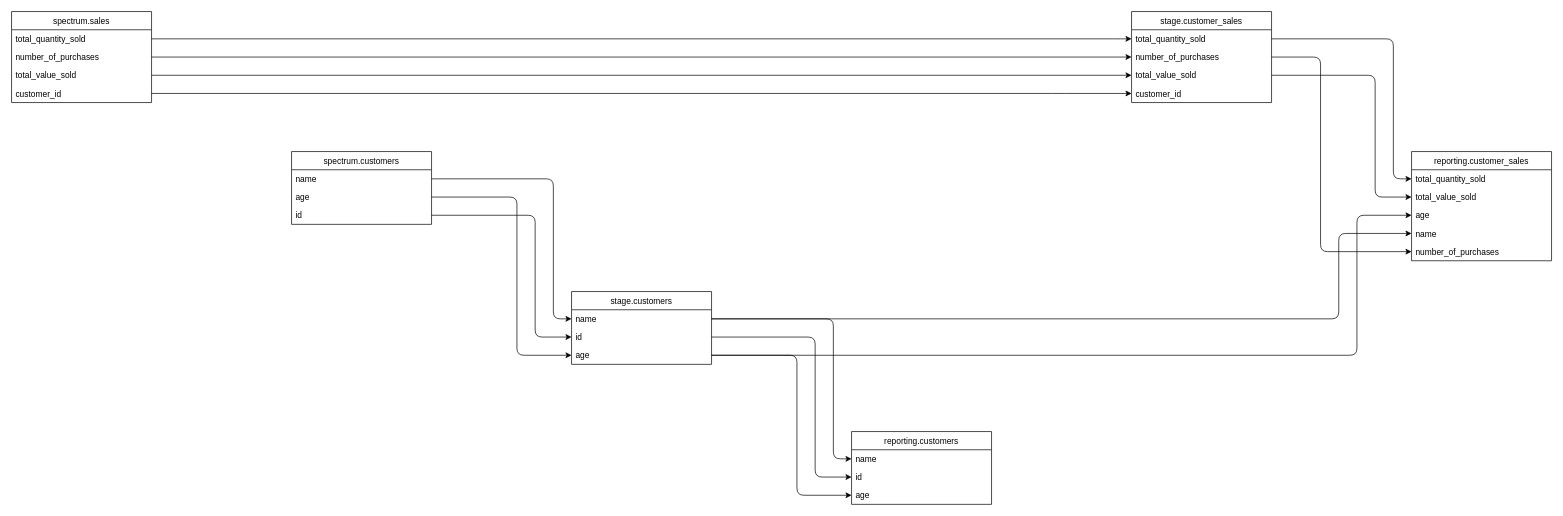
This is outputs/output.drawio from domherriott/sqlinks, a draw.io file, before an edit. Source tidied: cells renumbered, new cells numbered last; positions are measured from the earlier drawing's top-left corner, leaving out a move shared by most shapes. Both pictures are drawn from the tidied source at 70%, with x=0, y=0 at pixel (11, 11).
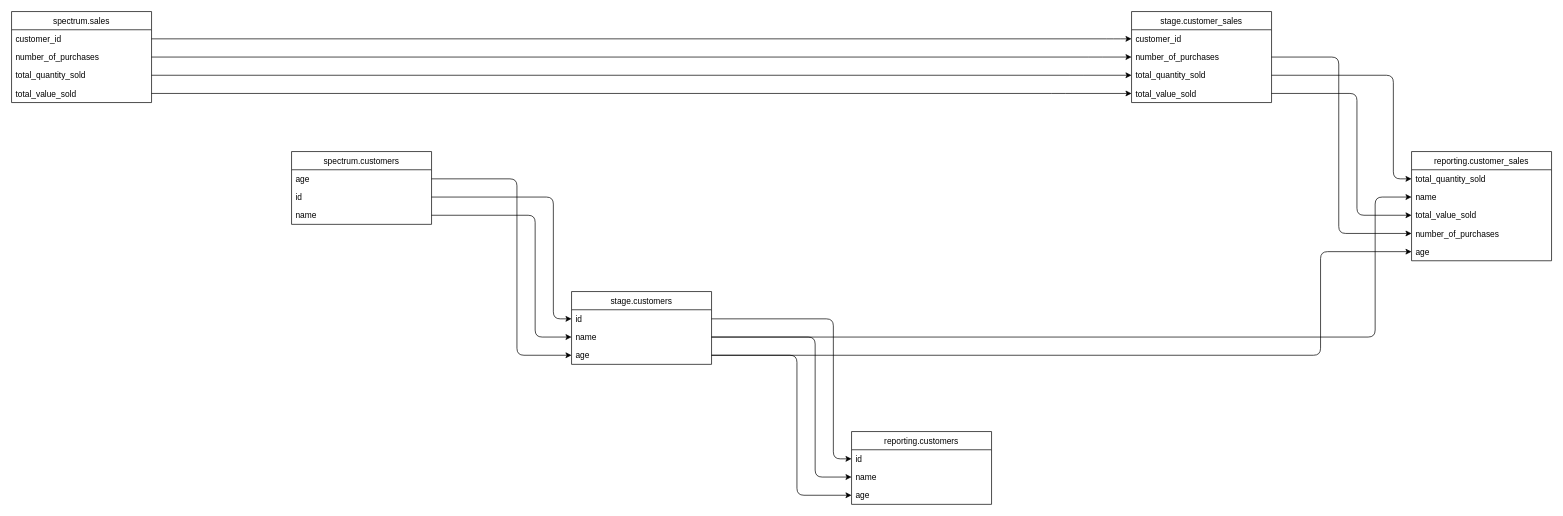
After the change.

Unchanged cells that the change refers to:
```xml
<mxCell id="2" value="reporting.customers" style="swimlane;fontStyle=0;horizontal=1;startSize=26;fillColor=none;" parent="1" vertex="1">
  <mxGeometry x="1200" y="600" width="200" height="104" as="geometry" />
</mxCell>
<mxCell id="9" value="stage.customers" style="swimlane;fontStyle=0;horizontal=1;startSize=26;fillColor=none;" parent="1" vertex="1">
  <mxGeometry x="800" y="400" width="200" height="104" as="geometry" />
</mxCell>
<mxCell id="14" value="age" style="text;strokeColor=none;fillColor=none;align=left;verticalAlign=top;spacingLeft=4;spacingRight=4;overflow=hidden;points=[[0,0.5],[1,0.5]];portConstraint=eastwest;" parent="9" vertex="1">
  <mxGeometry y="78" width="200" height="26" as="geometry" />
</mxCell>
<mxCell id="16" value="stage.customer_sales" style="swimlane;fontStyle=0;horizontal=1;startSize=26;fillColor=none;" parent="1" vertex="1">
  <mxGeometry x="1600" width="200" height="130" as="geometry" />
</mxCell>
<mxCell id="19" value="number_of_purchases" style="text;strokeColor=none;fillColor=none;align=left;verticalAlign=top;spacingLeft=4;spacingRight=4;overflow=hidden;points=[[0,0.5],[1,0.5]];portConstraint=eastwest;" parent="16" vertex="1">
  <mxGeometry y="52" width="200" height="26" as="geometry" />
</mxCell>
<mxCell id="25" value="spectrum.sales" style="swimlane;fontStyle=0;horizontal=1;startSize=26;fillColor=none;" parent="1" vertex="1">
  <mxGeometry width="200" height="130" as="geometry" />
</mxCell>
<mxCell id="30" value="spectrum.customers" style="swimlane;fontStyle=0;horizontal=1;startSize=26;fillColor=none;" parent="1" vertex="1">
  <mxGeometry x="400" y="200" width="200" height="104" as="geometry" />
</mxCell>
<mxCell id="34" value="reporting.customer_sales" style="swimlane;fontStyle=0;horizontal=1;startSize=26;fillColor=none;" parent="1" vertex="1">
  <mxGeometry x="2000" y="200" width="200" height="156" as="geometry" />
</mxCell>
<mxCell id="35" value="total_quantity_sold" style="text;strokeColor=none;fillColor=none;align=left;verticalAlign=top;spacingLeft=4;spacingRight=4;overflow=hidden;points=[[0,0.5],[1,0.5]];portConstraint=eastwest;" parent="34" vertex="1">
  <mxGeometry y="26" width="200" height="26" as="geometry" />
</mxCell>
```

The edit, as a diff of the source:
```diff
@@
-    <mxCell id="3" value="name" style="text;strokeColor=none;fillColor=none;align=left;verticalAlign=top;spacingLeft=4;spacingRight=4;overflow=hidden;points=[[0,0.5],[1,0.5]];portConstraint=eastwest;" parent="2" vertex="1">
+    <mxCell id="3" value="id" style="text;strokeColor=none;fillColor=none;align=left;verticalAlign=top;spacingLeft=4;spacingRight=4;overflow=hidden;points=[[0,0.5],[1,0.5]];portConstraint=eastwest;" parent="2" vertex="1">
       <mxGeometry y="26" width="200" height="26" as="geometry" />
     </mxCell>
@@
-    <mxCell id="5" value="id" style="text;strokeColor=none;fillColor=none;align=left;verticalAlign=top;spacingLeft=4;spacingRight=4;overflow=hidden;points=[[0,0.5],[1,0.5]];portConstraint=eastwest;" parent="2" vertex="1">
+    <mxCell id="5" value="name" style="text;strokeColor=none;fillColor=none;align=left;verticalAlign=top;spacingLeft=4;spacingRight=4;overflow=hidden;points=[[0,0.5],[1,0.5]];portConstraint=eastwest;" parent="2" vertex="1">
       <mxGeometry y="52" width="200" height="26" as="geometry" />
     </mxCell>
@@
-    <mxCell id="10" value="name" style="text;strokeColor=none;fillColor=none;align=left;verticalAlign=top;spacingLeft=4;spacingRight=4;overflow=hidden;points=[[0,0.5],[1,0.5]];portConstraint=eastwest;" parent="9" vertex="1">
+    <mxCell id="10" value="id" style="text;strokeColor=none;fillColor=none;align=left;verticalAlign=top;spacingLeft=4;spacingRight=4;overflow=hidden;points=[[0,0.5],[1,0.5]];portConstraint=eastwest;" parent="9" vertex="1">
       <mxGeometry y="26" width="200" height="26" as="geometry" />
     </mxCell>
-    <mxCell id="11" style="edgeStyle=elbowEdgeStyle;elbow=horizontal;endArrow=classic;html=1;exitX=1;exitY=0.5;exitDx=0;exitDy=0;entryX=0;entryY=0.5;entryDx=0;entryDy=0;" parent="1" edge="1" source="31" target="10">
+    <mxCell id="11" style="edgeStyle=elbowEdgeStyle;elbow=horizontal;endArrow=classic;html=1;exitX=1;exitY=0.5;exitDx=0;exitDy=0;entryX=0;entryY=0.5;entryDx=0;entryDy=0;" parent="1" edge="1" source="32" target="10">
       <mxGeometry relative="1" as="geometry">
         <Array as="points">
           <mxPoint x="774" y="426" />
         </Array>
       </mxGeometry>
     </mxCell>
-    <mxCell id="12" value="id" style="text;strokeColor=none;fillColor=none;align=left;verticalAlign=top;spacingLeft=4;spacingRight=4;overflow=hidden;points=[[0,0.5],[1,0.5]];portConstraint=eastwest;" parent="9" vertex="1">
+    <mxCell id="12" value="name" style="text;strokeColor=none;fillColor=none;align=left;verticalAlign=top;spacingLeft=4;spacingRight=4;overflow=hidden;points=[[0,0.5],[1,0.5]];portConstraint=eastwest;" parent="9" vertex="1">
       <mxGeometry y="52" width="200" height="26" as="geometry" />
     </mxCell>
@@
-    <mxCell id="15" style="edgeStyle=elbowEdgeStyle;elbow=horizontal;endArrow=classic;html=1;exitX=1;exitY=0.5;exitDx=0;exitDy=0;entryX=0;entryY=0.5;entryDx=0;entryDy=0;" parent="1" edge="1" source="32" target="14">
+    <mxCell id="15" style="edgeStyle=elbowEdgeStyle;elbow=horizontal;endArrow=classic;html=1;exitX=1;exitY=0.5;exitDx=0;exitDy=0;entryX=0;entryY=0.5;entryDx=0;entryDy=0;" parent="1" edge="1" source="31" target="14">
       <mxGeometry relative="1" as="geometry">
         <Array as="points">
           <mxPoint x="722" y="478" />
         </Array>
       </mxGeometry>
     </mxCell>
@@
-    <mxCell id="17" value="total_quantity_sold" style="text;strokeColor=none;fillColor=none;align=left;verticalAlign=top;spacingLeft=4;spacingRight=4;overflow=hidden;points=[[0,0.5],[1,0.5]];portConstraint=eastwest;" parent="16" vertex="1">
+    <mxCell id="17" value="customer_id" style="text;strokeColor=none;fillColor=none;align=left;verticalAlign=top;spacingLeft=4;spacingRight=4;overflow=hidden;points=[[0,0.5],[1,0.5]];portConstraint=eastwest;" parent="16" vertex="1">
       <mxGeometry y="26" width="200" height="26" as="geometry" />
     </mxCell>
@@
-    <mxCell id="21" value="total_value_sold" style="text;strokeColor=none;fillColor=none;align=left;verticalAlign=top;spacingLeft=4;spacingRight=4;overflow=hidden;points=[[0,0.5],[1,0.5]];portConstraint=eastwest;" parent="16" vertex="1">
+    <mxCell id="21" value="total_quantity_sold" style="text;strokeColor=none;fillColor=none;align=left;verticalAlign=top;spacingLeft=4;spacingRight=4;overflow=hidden;points=[[0,0.5],[1,0.5]];portConstraint=eastwest;" parent="16" vertex="1">
       <mxGeometry y="78" width="200" height="26" as="geometry" />
     </mxCell>
@@
-    <mxCell id="23" value="customer_id" style="text;strokeColor=none;fillColor=none;align=left;verticalAlign=top;spacingLeft=4;spacingRight=4;overflow=hidden;points=[[0,0.5],[1,0.5]];portConstraint=eastwest;" parent="16" vertex="1">
+    <mxCell id="23" value="total_value_sold" style="text;strokeColor=none;fillColor=none;align=left;verticalAlign=top;spacingLeft=4;spacingRight=4;overflow=hidden;points=[[0,0.5],[1,0.5]];portConstraint=eastwest;" parent="16" vertex="1">
       <mxGeometry y="104" width="200" height="26" as="geometry" />
     </mxCell>
@@
-    <mxCell id="26" value="total_quantity_sold" style="text;strokeColor=none;fillColor=none;align=left;verticalAlign=top;spacingLeft=4;spacingRight=4;overflow=hidden;points=[[0,0.5],[1,0.5]];portConstraint=eastwest;" parent="25" vertex="1">
+    <mxCell id="26" value="customer_id" style="text;strokeColor=none;fillColor=none;align=left;verticalAlign=top;spacingLeft=4;spacingRight=4;overflow=hidden;points=[[0,0.5],[1,0.5]];portConstraint=eastwest;" parent="25" vertex="1">
       <mxGeometry y="26" width="200" height="26" as="geometry" />
     </mxCell>
@@
-    <mxCell id="28" value="total_value_sold" style="text;strokeColor=none;fillColor=none;align=left;verticalAlign=top;spacingLeft=4;spacingRight=4;overflow=hidden;points=[[0,0.5],[1,0.5]];portConstraint=eastwest;" parent="25" vertex="1">
+    <mxCell id="28" value="total_quantity_sold" style="text;strokeColor=none;fillColor=none;align=left;verticalAlign=top;spacingLeft=4;spacingRight=4;overflow=hidden;points=[[0,0.5],[1,0.5]];portConstraint=eastwest;" parent="25" vertex="1">
       <mxGeometry y="78" width="200" height="26" as="geometry" />
     </mxCell>
-    <mxCell id="29" value="customer_id" style="text;strokeColor=none;fillColor=none;align=left;verticalAlign=top;spacingLeft=4;spacingRight=4;overflow=hidden;points=[[0,0.5],[1,0.5]];portConstraint=eastwest;" parent="25" vertex="1">
+    <mxCell id="29" value="total_value_sold" style="text;strokeColor=none;fillColor=none;align=left;verticalAlign=top;spacingLeft=4;spacingRight=4;overflow=hidden;points=[[0,0.5],[1,0.5]];portConstraint=eastwest;" parent="25" vertex="1">
       <mxGeometry y="104" width="200" height="26" as="geometry" />
     </mxCell>
@@
-    <mxCell id="31" value="name" style="text;strokeColor=none;fillColor=none;align=left;verticalAlign=top;spacingLeft=4;spacingRight=4;overflow=hidden;points=[[0,0.5],[1,0.5]];portConstraint=eastwest;" parent="30" vertex="1">
+    <mxCell id="31" value="age" style="text;strokeColor=none;fillColor=none;align=left;verticalAlign=top;spacingLeft=4;spacingRight=4;overflow=hidden;points=[[0,0.5],[1,0.5]];portConstraint=eastwest;" parent="30" vertex="1">
       <mxGeometry y="26" width="200" height="26" as="geometry" />
     </mxCell>
-    <mxCell id="32" value="age" style="text;strokeColor=none;fillColor=none;align=left;verticalAlign=top;spacingLeft=4;spacingRight=4;overflow=hidden;points=[[0,0.5],[1,0.5]];portConstraint=eastwest;" parent="30" vertex="1">
+    <mxCell id="32" value="id" style="text;strokeColor=none;fillColor=none;align=left;verticalAlign=top;spacingLeft=4;spacingRight=4;overflow=hidden;points=[[0,0.5],[1,0.5]];portConstraint=eastwest;" parent="30" vertex="1">
       <mxGeometry y="52" width="200" height="26" as="geometry" />
     </mxCell>
-    <mxCell id="33" value="id" style="text;strokeColor=none;fillColor=none;align=left;verticalAlign=top;spacingLeft=4;spacingRight=4;overflow=hidden;points=[[0,0.5],[1,0.5]];portConstraint=eastwest;" parent="30" vertex="1">
+    <mxCell id="33" value="name" style="text;strokeColor=none;fillColor=none;align=left;verticalAlign=top;spacingLeft=4;spacingRight=4;overflow=hidden;points=[[0,0.5],[1,0.5]];portConstraint=eastwest;" parent="30" vertex="1">
       <mxGeometry y="78" width="200" height="26" as="geometry" />
     </mxCell>
@@
-    <mxCell id="36" style="edgeStyle=elbowEdgeStyle;elbow=horizontal;endArrow=classic;html=1;exitX=1;exitY=0.5;exitDx=0;exitDy=0;entryX=0;entryY=0.5;entryDx=0;entryDy=0;" parent="1" edge="1" source="17" target="35">
+    <mxCell id="36" style="edgeStyle=elbowEdgeStyle;elbow=horizontal;endArrow=classic;html=1;exitX=1;exitY=0.5;exitDx=0;exitDy=0;entryX=0;entryY=0.5;entryDx=0;entryDy=0;" parent="1" edge="1" source="21" target="35">
       <mxGeometry relative="1" as="geometry">
         <Array as="points">
           <mxPoint x="1974" y="226" />
         </Array>
       </mxGeometry>
     </mxCell>
-    <mxCell id="37" value="total_value_sold" style="text;strokeColor=none;fillColor=none;align=left;verticalAlign=top;spacingLeft=4;spacingRight=4;overflow=hidden;points=[[0,0.5],[1,0.5]];portConstraint=eastwest;" parent="34" vertex="1">
+    <mxCell id="37" value="name" style="text;strokeColor=none;fillColor=none;align=left;verticalAlign=top;spacingLeft=4;spacingRight=4;overflow=hidden;points=[[0,0.5],[1,0.5]];portConstraint=eastwest;" parent="34" vertex="1">
       <mxGeometry y="52" width="200" height="26" as="geometry" />
     </mxCell>
-    <mxCell id="38" style="edgeStyle=elbowEdgeStyle;elbow=horizontal;endArrow=classic;html=1;exitX=1;exitY=0.5;exitDx=0;exitDy=0;entryX=0;entryY=0.5;entryDx=0;entryDy=0;" parent="1" edge="1" source="21" target="37">
+    <mxCell id="38" style="edgeStyle=elbowEdgeStyle;elbow=horizontal;endArrow=classic;html=1;exitX=1;exitY=0.5;exitDx=0;exitDy=0;entryX=0;entryY=0.5;entryDx=0;entryDy=0;" parent="1" edge="1" source="12" target="37">
       <mxGeometry relative="1" as="geometry">
         <Array as="points">
           <mxPoint x="1948" y="252" />
         </Array>
       </mxGeometry>
     </mxCell>
-    <mxCell id="39" value="age" style="text;strokeColor=none;fillColor=none;align=left;verticalAlign=top;spacingLeft=4;spacingRight=4;overflow=hidden;points=[[0,0.5],[1,0.5]];portConstraint=eastwest;" parent="34" vertex="1">
+    <mxCell id="39" value="total_value_sold" style="text;strokeColor=none;fillColor=none;align=left;verticalAlign=top;spacingLeft=4;spacingRight=4;overflow=hidden;points=[[0,0.5],[1,0.5]];portConstraint=eastwest;" parent="34" vertex="1">
       <mxGeometry y="78" width="200" height="26" as="geometry" />
     </mxCell>
-    <mxCell id="40" style="edgeStyle=elbowEdgeStyle;elbow=horizontal;endArrow=classic;html=1;exitX=1;exitY=0.5;exitDx=0;exitDy=0;entryX=0;entryY=0.5;entryDx=0;entryDy=0;" parent="1" edge="1" source="14" target="39">
+    <mxCell id="40" style="edgeStyle=elbowEdgeStyle;elbow=horizontal;endArrow=classic;html=1;exitX=1;exitY=0.5;exitDx=0;exitDy=0;entryX=0;entryY=0.5;entryDx=0;entryDy=0;" parent="1" edge="1" source="23" target="39">
       <mxGeometry relative="1" as="geometry">
         <Array as="points">
           <mxPoint x="1922" y="278" />
         </Array>
       </mxGeometry>
     </mxCell>
-    <mxCell id="41" value="name" style="text;strokeColor=none;fillColor=none;align=left;verticalAlign=top;spacingLeft=4;spacingRight=4;overflow=hidden;points=[[0,0.5],[1,0.5]];portConstraint=eastwest;" parent="34" vertex="1">
+    <mxCell id="41" value="number_of_purchases" style="text;strokeColor=none;fillColor=none;align=left;verticalAlign=top;spacingLeft=4;spacingRight=4;overflow=hidden;points=[[0,0.5],[1,0.5]];portConstraint=eastwest;" parent="34" vertex="1">
       <mxGeometry y="104" width="200" height="26" as="geometry" />
     </mxCell>
-    <mxCell id="42" style="edgeStyle=elbowEdgeStyle;elbow=horizontal;endArrow=classic;html=1;exitX=1;exitY=0.5;exitDx=0;exitDy=0;entryX=0;entryY=0.5;entryDx=0;entryDy=0;" parent="1" edge="1" source="10" target="41">
+    <mxCell id="42" style="edgeStyle=elbowEdgeStyle;elbow=horizontal;endArrow=classic;html=1;exitX=1;exitY=0.5;exitDx=0;exitDy=0;entryX=0;entryY=0.5;entryDx=0;entryDy=0;" parent="1" edge="1" source="19" target="41">
       <mxGeometry relative="1" as="geometry">
         <Array as="points">
           <mxPoint x="1896" y="304" />
         </Array>
       </mxGeometry>
     </mxCell>
-    <mxCell id="43" value="number_of_purchases" style="text;strokeColor=none;fillColor=none;align=left;verticalAlign=top;spacingLeft=4;spacingRight=4;overflow=hidden;points=[[0,0.5],[1,0.5]];portConstraint=eastwest;" parent="34" vertex="1">
+    <mxCell id="43" value="age" style="text;strokeColor=none;fillColor=none;align=left;verticalAlign=top;spacingLeft=4;spacingRight=4;overflow=hidden;points=[[0,0.5],[1,0.5]];portConstraint=eastwest;" parent="34" vertex="1">
       <mxGeometry y="130" width="200" height="26" as="geometry" />
     </mxCell>
-    <mxCell id="44" style="edgeStyle=elbowEdgeStyle;elbow=horizontal;endArrow=classic;html=1;exitX=1;exitY=0.5;exitDx=0;exitDy=0;entryX=0;entryY=0.5;entryDx=0;entryDy=0;" parent="1" edge="1" source="19" target="43">
+    <mxCell id="44" style="edgeStyle=elbowEdgeStyle;elbow=horizontal;endArrow=classic;html=1;exitX=1;exitY=0.5;exitDx=0;exitDy=0;entryX=0;entryY=0.5;entryDx=0;entryDy=0;" parent="1" edge="1" source="14" target="43">
       <mxGeometry relative="1" as="geometry">
         <Array as="points">
           <mxPoint x="1870" y="330" />
         </Array>
       </mxGeometry>
     </mxCell>
```
